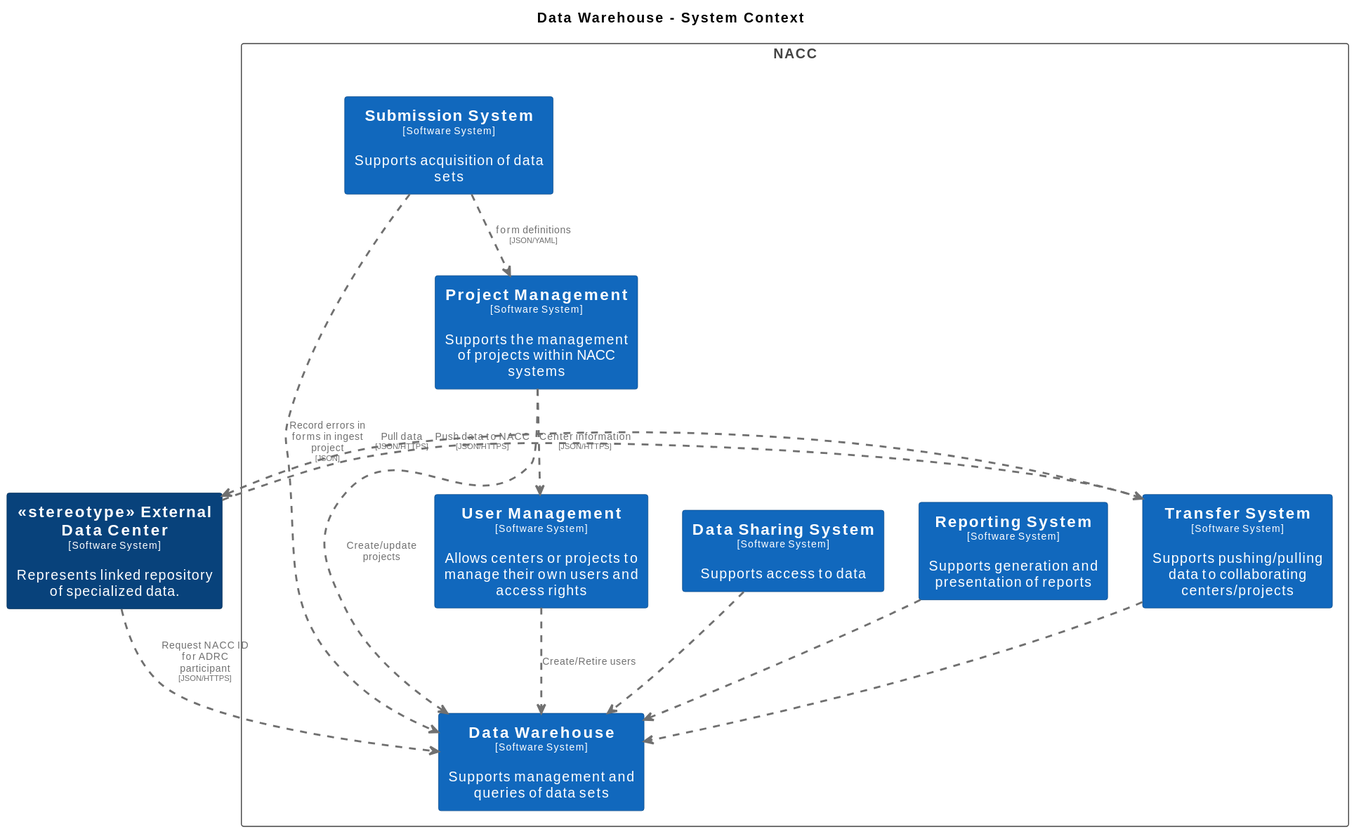
Before: docs/images/structurizr-WarehouseContext.svg, a diagram exported from PlantUML (naccdata/system-design).
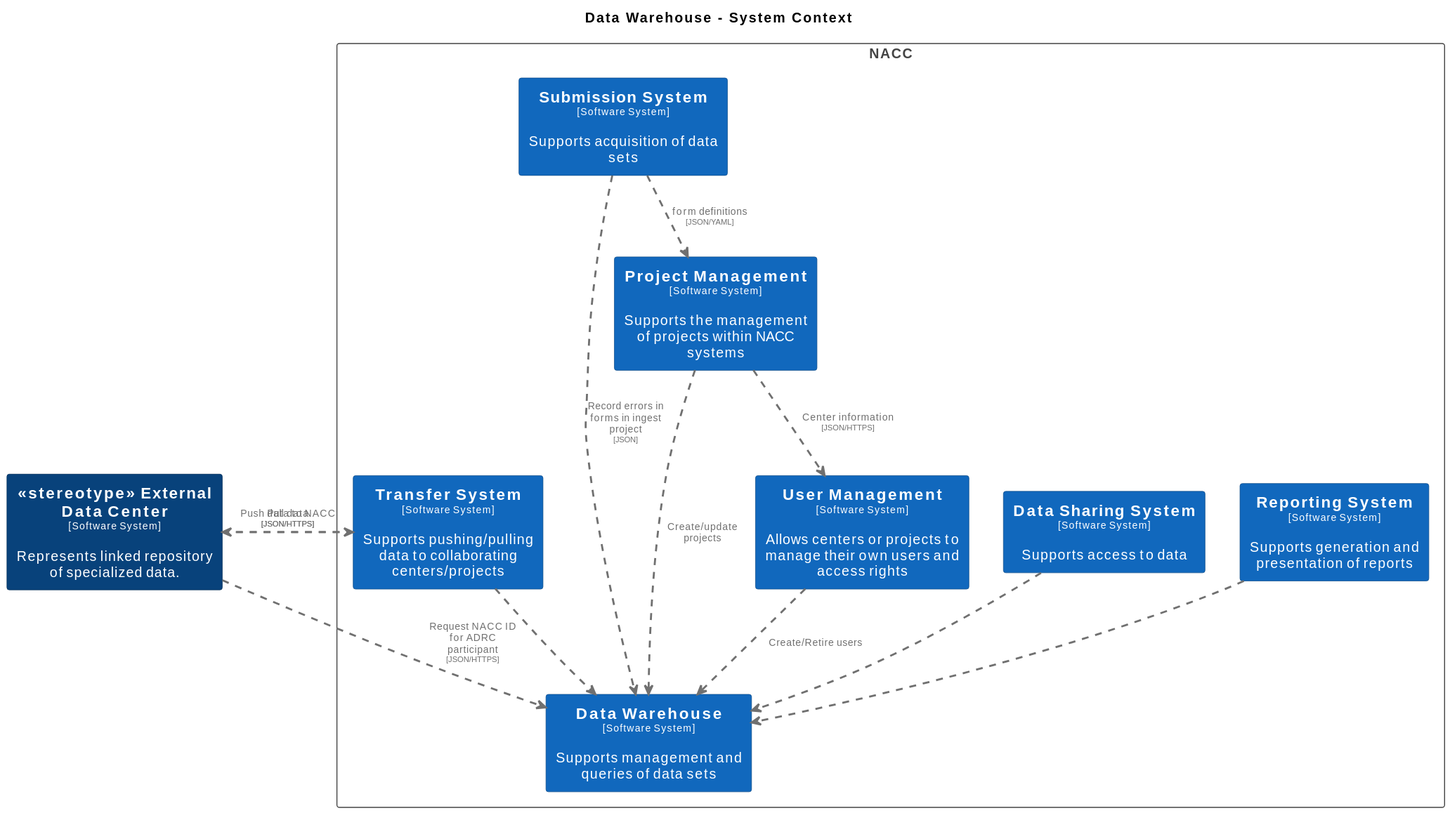
Above is the later version.

Change to the diagram source:
```diff
@@ -59,18 +59,17 @@
   skinparam RectangleBorderColor<<enterprise>> #444444
   skinparam RectangleFontColor<<enterprise>> #444444
 
-  rectangle "==Transfer System\n<size:10>[Software System]</size>\n\nSupports pushing/pulling data to collaborating centers/projects" <<TransferSystem>> as TransferSystem
   rectangle "==Reporting System\n<size:10>[Software System]</size>\n\nSupports generation and presentation of reports" <<ReportingSystem>> as ReportingSystem
   rectangle "==Data Sharing System\n<size:10>[Software System]</size>\n\nSupports access to data" <<DataSharingSystem>> as DataSharingSystem
   rectangle "==Data Warehouse\n<size:10>[Software System]</size>\n\nSupports management and queries of data sets" <<DataWarehouse>> as DataWarehouse
   rectangle "==User Management\n<size:10>[Software System]</size>\n\nAllows centers or projects to manage their own users and access rights" <<UserManagement>> as UserManagement
   rectangle "==Project Management\n<size:10>[Software System]</size>\n\nSupports the management of projects within NACC systems" <<ProjectManagement>> as ProjectManagement
   rectangle "==Submission System\n<size:10>[Software System]</size>\n\nSupports acquisition of data sets" <<SubmissionSystem>> as SubmissionSystem
+  rectangle "==Transfer System\n<size:10>[Software System]</size>\n\nSupports pushing/pulling data to collaborating centers/projects" <<TransferSystem>> as TransferSystem
 }
 
 rectangle "==<<stereotype>> External Data Center\n<size:10>[Software System]</size>\n\nRepresents linked repository of specialized data." <<stereotypeExternalDataCenter>> as stereotypeExternalDataCenter
 
-TransferSystem .[#707070,thickness=2].> DataWarehouse : "<color:#707070>"
 ReportingSystem .[#707070,thickness=2].> DataWarehouse : "<color:#707070>"
 DataSharingSystem .[#707070,thickness=2].> DataWarehouse : "<color:#707070>"
 stereotypeExternalDataCenter .[#707070,thickness=2].> DataWarehouse : "<color:#707070>Request NACC ID for ADRC participant\n<color:#707070><size:8>[JSON/HTTPS]</size>"
@@ -81,4 +80,5 @@
 ProjectManagement .[#707070,thickness=2].> DataWarehouse : "<color:#707070>Create/update projects"
 SubmissionSystem .[#707070,thickness=2].> DataWarehouse : "<color:#707070>Record errors in forms in ingest project\n<color:#707070><size:8>[JSON]</size>"
 SubmissionSystem .[#707070,thickness=2].> ProjectManagement : "<color:#707070>form definitions\n<color:#707070><size:8>[JSON/YAML]</size>"
+TransferSystem .[#707070,thickness=2].> DataWarehouse : "<color:#707070>"
 @enduml
```
